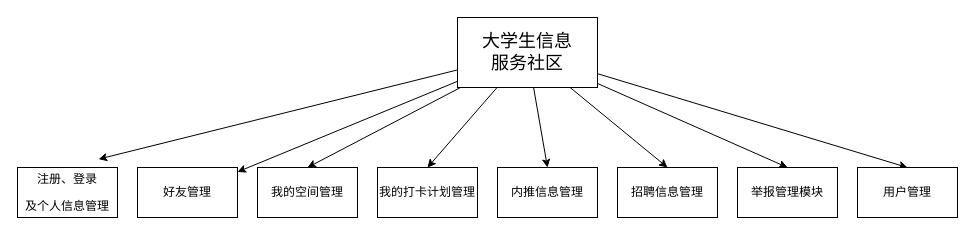
Before: system_constructure.drawio in JohnnyLin12/GJR_BBS, a draw.io diagram. Source tidied: cells renumbered, new cells numbered last; positions are measured from the earlier drawing's top-left corner, leaving out a move shared by most shapes. Both pictures are drawn from the tidied source at 100%, with x=0, y=0 at pixel (17, 17).
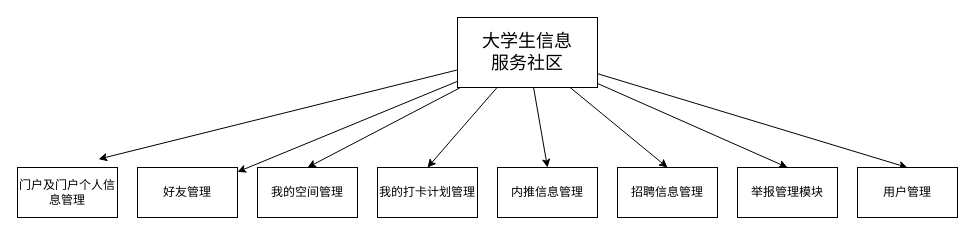
The same diagram, later.

Diff of the diagram source:
```diff
@@
 <mxGraphModel>
   <root>
     <mxCell id="0" />
     <mxCell id="1" parent="0" />
     <mxCell id="2" style="rounded=0;jettySize=auto;html=1;entryX=0.811;entryY=-0.167;entryDx=0;entryDy=0;entryPerimeter=0;fontSize=12;" parent="1" edge="1" source="10" target="11">
       <mxGeometry relative="1" as="geometry" />
     </mxCell>
     <mxCell id="3" style="rounded=0;jettySize=auto;html=1;fontSize=12;" parent="1" edge="1" source="10" target="12">
       <mxGeometry relative="1" as="geometry" />
     </mxCell>
     <mxCell id="4" style="edgeStyle=none;rounded=0;jettySize=auto;html=1;entryX=0.5;entryY=0;entryDx=0;entryDy=0;fontSize=12;" parent="1" edge="1" source="10" target="13">
       <mxGeometry relative="1" as="geometry" />
     </mxCell>
     <mxCell id="5" style="edgeStyle=none;rounded=0;jettySize=auto;html=1;entryX=0.5;entryY=0;entryDx=0;entryDy=0;fontSize=12;" parent="1" edge="1" source="10" target="14">
       <mxGeometry relative="1" as="geometry" />
     </mxCell>
     <mxCell id="6" style="edgeStyle=none;rounded=0;jettySize=auto;html=1;entryX=0.5;entryY=0;entryDx=0;entryDy=0;fontSize=12;" parent="1" edge="1" source="10" target="15">
       <mxGeometry relative="1" as="geometry" />
     </mxCell>
     <mxCell id="7" style="edgeStyle=none;rounded=0;jettySize=auto;html=1;entryX=0.5;entryY=0;entryDx=0;entryDy=0;fontSize=12;" parent="1" edge="1" source="10" target="16">
       <mxGeometry relative="1" as="geometry" />
     </mxCell>
     <mxCell id="8" style="edgeStyle=none;rounded=0;jettySize=auto;html=1;entryX=0.5;entryY=0;entryDx=0;entryDy=0;fontSize=12;" parent="1" edge="1" source="10" target="17">
       <mxGeometry relative="1" as="geometry" />
     </mxCell>
     <mxCell id="9" style="edgeStyle=none;rounded=0;jettySize=auto;html=1;entryX=0.5;entryY=0;entryDx=0;entryDy=0;fontSize=12;" parent="1" edge="1" source="10" target="18">
       <mxGeometry relative="1" as="geometry" />
     </mxCell>
     <mxCell id="10" value="&lt;font style=&quot;font-size: 18px&quot;&gt;大学生信息&lt;br&gt;服务社区&lt;/font&gt;" style="rounded=0;whiteSpace=wrap;html=1;" parent="1" vertex="1">
       <mxGeometry x="440" width="140" height="70" as="geometry" />
     </mxCell>
-    <mxCell id="11" value="&lt;p class=&quot;MsoNormal&quot; style=&quot;font-size: 12px;&quot;&gt;&lt;font style=&quot;font-size: 12px;&quot;&gt;注册、登录&lt;/font&gt;&lt;/p&gt;&lt;p class=&quot;MsoNormal&quot; style=&quot;font-size: 12px;&quot;&gt;&lt;font style=&quot;font-size: 12px;&quot;&gt;及个人信息管理&lt;/font&gt;&lt;/p&gt;" style="rounded=0;whiteSpace=wrap;html=1;fontSize=12;" parent="1" vertex="1">
+    <mxCell id="11" value="&lt;p class=&quot;MsoNormal&quot;&gt;&lt;span&gt;门户&lt;/span&gt;&lt;span&gt;及&lt;/span&gt;&lt;span&gt;门户个人&lt;/span&gt;&lt;span&gt;信息管理&lt;/span&gt;&lt;/p&gt;" style="rounded=0;whiteSpace=wrap;html=1;fontSize=12;" parent="1" vertex="1">
       <mxGeometry y="150" width="100" height="50" as="geometry" />
     </mxCell>
     <mxCell id="12" value="&lt;span style=&quot;font-size: 12px;&quot;&gt;好友管理&lt;/span&gt;" style="rounded=0;whiteSpace=wrap;html=1;fontSize=12;" parent="1" vertex="1">
       <mxGeometry x="120" y="150" width="100" height="50" as="geometry" />
     </mxCell>
     <mxCell id="13" value="&lt;span style=&quot;font-size: 12px;&quot;&gt;我的空间管理&lt;/span&gt;" style="rounded=0;whiteSpace=wrap;html=1;fontSize=12;" parent="1" vertex="1">
       <mxGeometry x="240" y="150" width="100" height="50" as="geometry" />
     </mxCell>
     <mxCell id="14" value="&lt;span style=&quot;font-size: 12px;&quot;&gt;我的打卡计划管理&lt;/span&gt;" style="rounded=0;whiteSpace=wrap;html=1;fontSize=12;" parent="1" vertex="1">
       <mxGeometry x="360" y="150" width="100" height="50" as="geometry" />
     </mxCell>
     <mxCell id="15" value="&lt;span style=&quot;font-size: 12px;&quot;&gt;内推信息管理&lt;/span&gt;" style="rounded=0;whiteSpace=wrap;html=1;fontSize=12;" parent="1" vertex="1">
       <mxGeometry x="480" y="150" width="100" height="50" as="geometry" />
     </mxCell>
     <mxCell id="16" value="&lt;span style=&quot;font-size: 12px;&quot;&gt;招聘信息管理&lt;/span&gt;" style="rounded=0;whiteSpace=wrap;html=1;fontSize=12;" parent="1" vertex="1">
       <mxGeometry x="600" y="150" width="100" height="50" as="geometry" />
     </mxCell>
     <mxCell id="17" value="&lt;span style=&quot;font-size: 12px;&quot;&gt;举报管理模块&lt;/span&gt;" style="rounded=0;whiteSpace=wrap;html=1;fontSize=12;" parent="1" vertex="1">
       <mxGeometry x="720" y="150" width="100" height="50" as="geometry" />
     </mxCell>
     <mxCell id="18" value="&lt;span style=&quot;font-size: 12px;&quot;&gt;用户管理&lt;/span&gt;" style="rounded=0;whiteSpace=wrap;html=1;fontSize=12;" parent="1" vertex="1">
       <mxGeometry x="840" y="150" width="100" height="50" as="geometry" />
     </mxCell>
   </root>
 </mxGraphModel>
```
